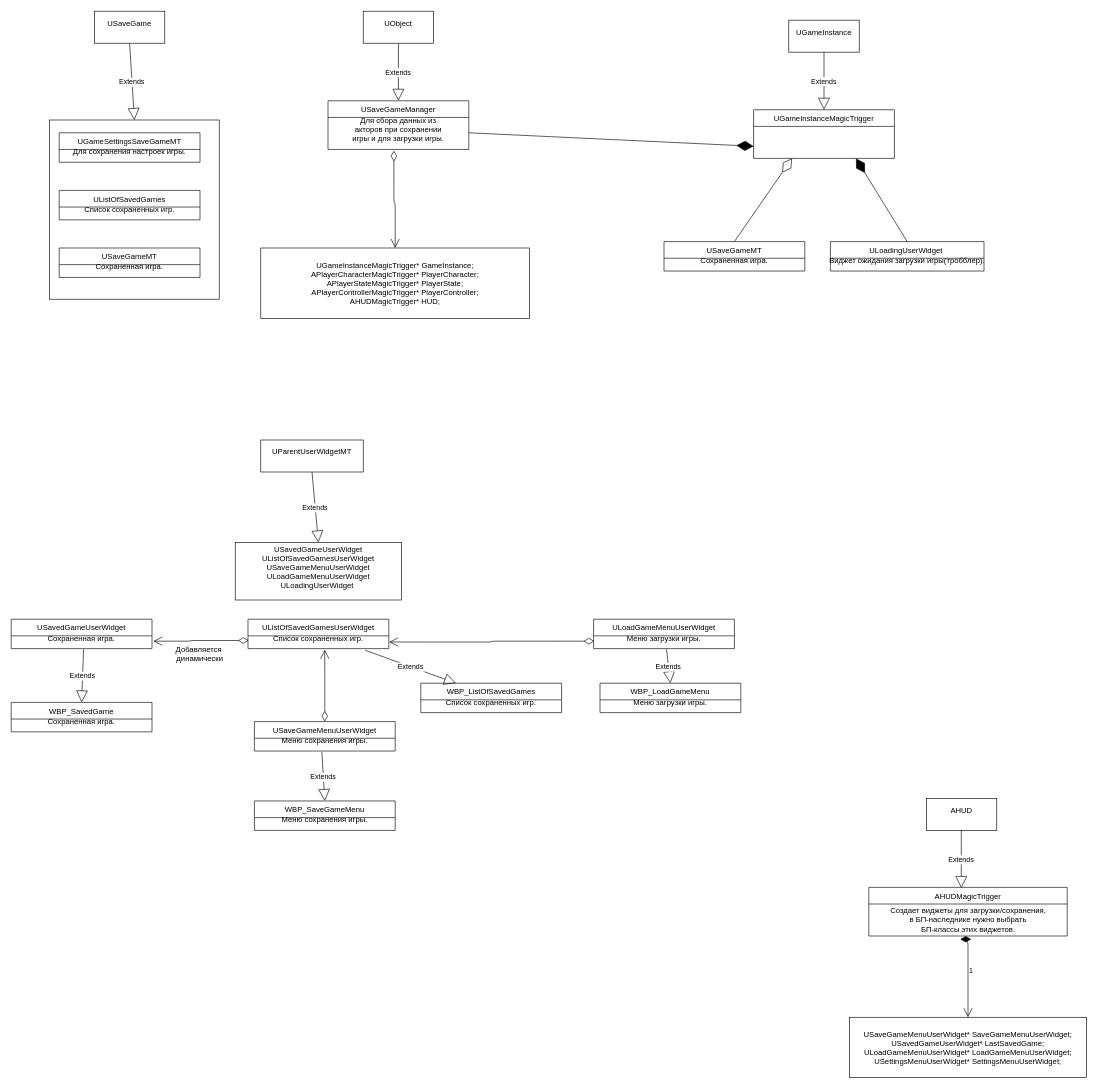
filln/MagicTriggerDocumentation keeps this draw.io diagram as SaveGame/SaveGame - Классы.drawio. Above is the earlier version. Source tidied: cells renumbered, new cells numbered last; positions are measured from the earlier drawing's top-left corner, leaving out a move shared by most shapes. Both pictures are drawn from the tidied source at 64%, with x=0, y=0 at pixel (11, 11).
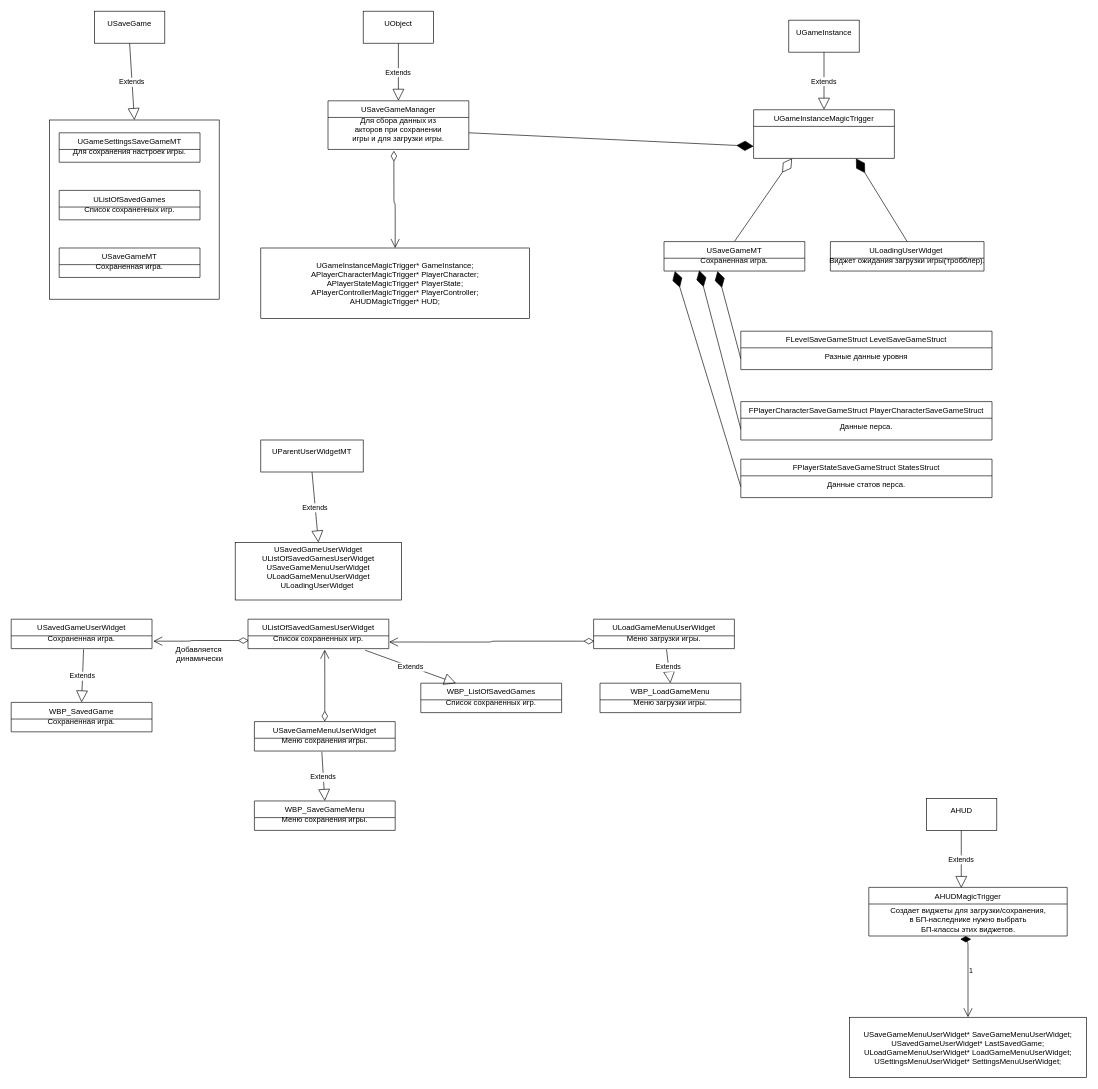
The same diagram, later.

Commit message (it also covers changes not shown here):
install new client

The change refers to these unchanged cells:
```xml
<mxCell id="36" value="Сохраненная игра.&#10;" style="text;align=center;verticalAlign=middle;points=[];strokeColor=none;fontStyle=0;" parent="35" vertex="1">
  <mxGeometry y="26" width="220" height="20" as="geometry" />
</mxCell>
```

Diff of the diagram source:
```diff
@@
+    <mxCell id="60" value="FLevelSaveGameStruct LevelSaveGameStruct" style="swimlane;fontStyle=0;horizontal=1;startSize=26;fillColor=none;html=0;" parent="1" vertex="1">
+      <mxGeometry x="1140" y="500" width="392.5" height="60" as="geometry" />
+    </mxCell>
+    <mxCell id="61" value="Разные данные уровня" style="text;strokeColor=none;fillColor=none;align=center;verticalAlign=top;spacingLeft=4;spacingRight=4;overflow=hidden;points=[[0,0.5],[1,0.5]];portConstraint=eastwest;" parent="60" vertex="1">
+      <mxGeometry y="26" width="392.5" height="34" as="geometry" />
+    </mxCell>
+    <mxCell id="62" value="FPlayerCharacterSaveGameStruct PlayerCharacterSaveGameStruct" style="swimlane;fontStyle=0;horizontal=1;startSize=26;fillColor=none;html=0;" parent="1" vertex="1">
+      <mxGeometry x="1140" y="610" width="392.5" height="60" as="geometry" />
+    </mxCell>
+    <mxCell id="63" value="Данные перса." style="text;strokeColor=none;fillColor=none;align=center;verticalAlign=top;spacingLeft=4;spacingRight=4;overflow=hidden;points=[[0,0.5],[1,0.5]];portConstraint=eastwest;" parent="62" vertex="1">
+      <mxGeometry y="26" width="392.5" height="34" as="geometry" />
+    </mxCell>
+    <mxCell id="64" value="FPlayerStateSaveGameStruct StatesStruct" style="swimlane;fontStyle=0;horizontal=1;startSize=26;fillColor=none;html=0;" parent="1" vertex="1">
+      <mxGeometry x="1140" y="700" width="392.5" height="60" as="geometry" />
+    </mxCell>
+    <mxCell id="65" value="Данные статов перса." style="text;strokeColor=none;fillColor=none;align=center;verticalAlign=top;spacingLeft=4;spacingRight=4;overflow=hidden;points=[[0,0.5],[1,0.5]];portConstraint=eastwest;" parent="64" vertex="1">
+      <mxGeometry y="26" width="392.5" height="34" as="geometry" />
+    </mxCell>
+    <mxCell id="66" style="endArrow=diamondThin;endFill=1;endSize=24;html=1;exitX=0;exitY=0.5;exitDx=0;exitDy=0;entryX=0.38;entryY=1.006;entryDx=0;entryDy=0;entryPerimeter=0;" parent="1" edge="1" source="61" target="36">
+      <mxGeometry relative="1" as="geometry" />
+    </mxCell>
+    <mxCell id="67" style="endArrow=diamondThin;endFill=1;endSize=24;html=1;exitX=0;exitY=0.5;exitDx=0;exitDy=0;entryX=0.25;entryY=0.95;entryDx=0;entryDy=0;entryPerimeter=0;" parent="1" edge="1" source="63" target="36">
+      <mxGeometry relative="1" as="geometry" />
+    </mxCell>
+    <mxCell id="68" style="endArrow=diamondThin;endFill=1;endSize=24;html=1;exitX=0;exitY=0.5;exitDx=0;exitDy=0;entryX=0.077;entryY=1;entryDx=0;entryDy=0;entryPerimeter=0;" parent="1" edge="1" source="65" target="36">
+      <mxGeometry relative="1" as="geometry" />
+    </mxCell>
```
